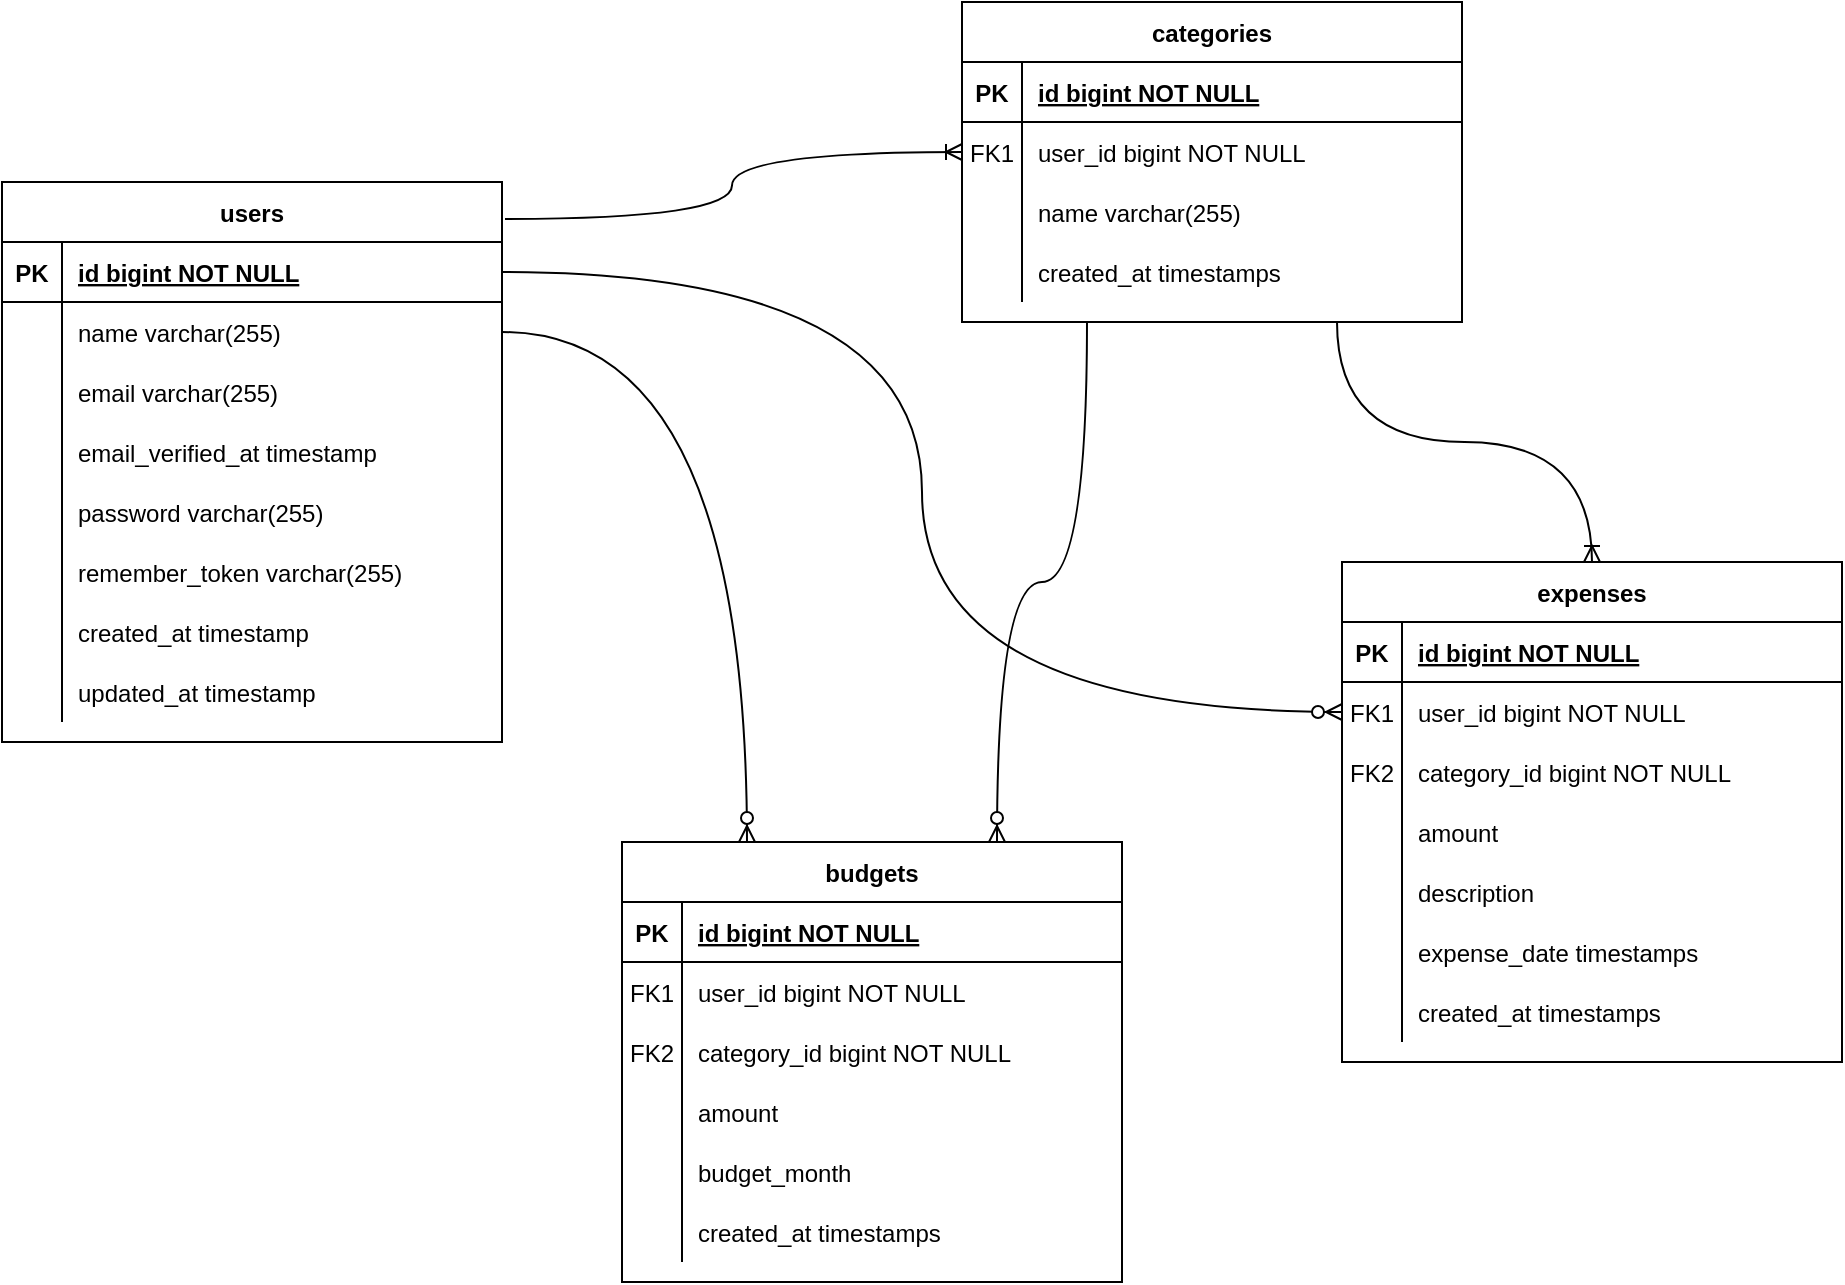
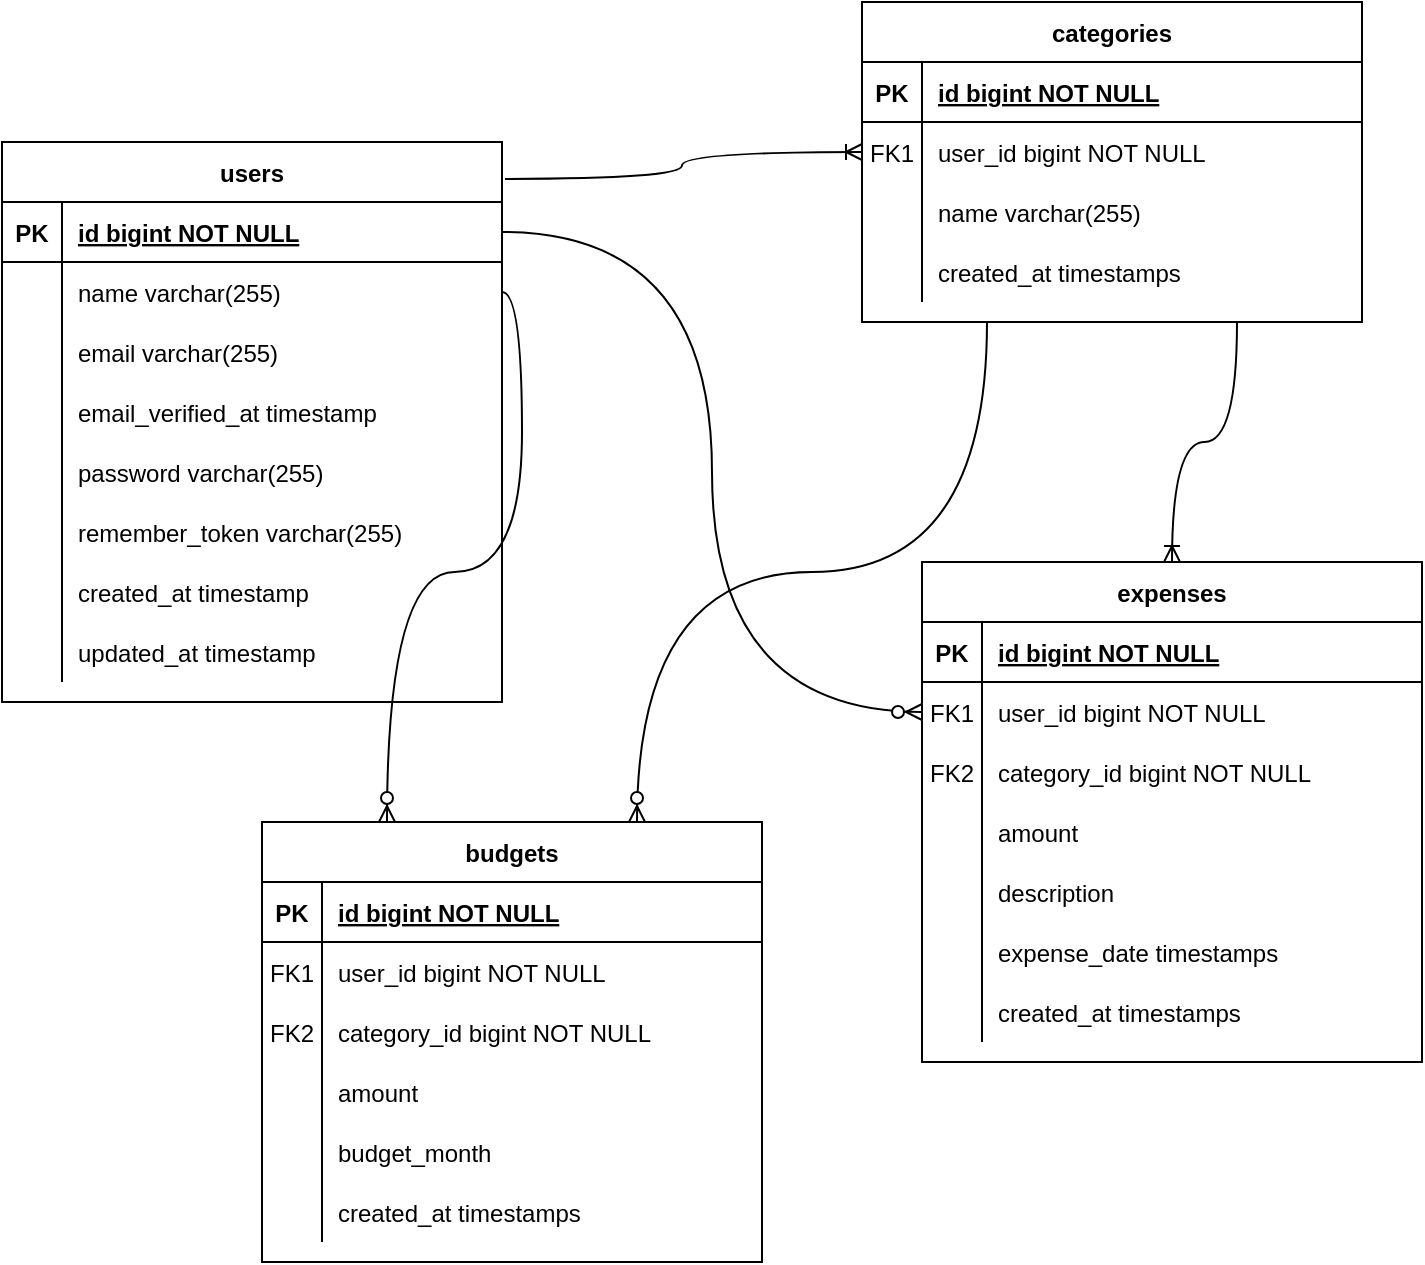
<mxfile host="65bd71144e">
    <diagram id="R2lEEEUBdFMjLlhIrx00" name="Page-1">
-         <mxGraphModel dx="2135" dy="702" grid="1" gridSize="10" guides="1" tooltips="1" connect="1" arrows="1" fold="1" page="1" pageScale="1" pageWidth="850" pageHeight="1100" math="0" shadow="0" extFonts="Permanent Marker^https://fonts.googleapis.com/css?family=Permanent+Marker">
+         <mxGraphModel dx="2670" dy="1886" grid="1" gridSize="10" guides="1" tooltips="1" connect="1" arrows="1" fold="1" page="1" pageScale="1" pageWidth="850" pageHeight="1100" math="0" shadow="0" extFonts="Permanent Marker^https://fonts.googleapis.com/css?family=Permanent+Marker">
            <root>
                <mxCell id="0"/>
                <mxCell id="1" parent="0"/>
                <mxCell id="C-vyLk0tnHw3VtMMgP7b-2" value="categories" style="shape=table;startSize=30;container=1;collapsible=1;childLayout=tableLayout;fixedRows=1;rowLines=0;fontStyle=1;align=center;resizeLast=1;" parent="1" vertex="1">
-                     <mxGeometry x="230" y="30" width="250" height="160" as="geometry"/>
+                     <mxGeometry x="-420" y="120" width="250" height="160" as="geometry"/>
                </mxCell>
                <mxCell id="C-vyLk0tnHw3VtMMgP7b-3" value="" style="shape=partialRectangle;collapsible=0;dropTarget=0;pointerEvents=0;fillColor=none;points=[[0,0.5],[1,0.5]];portConstraint=eastwest;top=0;left=0;right=0;bottom=1;" parent="C-vyLk0tnHw3VtMMgP7b-2" vertex="1">
                    <mxGeometry y="30" width="250" height="30" as="geometry"/>
                </mxCell>
                <mxCell id="C-vyLk0tnHw3VtMMgP7b-4" value="PK" style="shape=partialRectangle;overflow=hidden;connectable=0;fillColor=none;top=0;left=0;bottom=0;right=0;fontStyle=1;" parent="C-vyLk0tnHw3VtMMgP7b-3" vertex="1">
                    <mxGeometry width="30" height="30" as="geometry">
                        <mxRectangle width="30" height="30" as="alternateBounds"/>
                    </mxGeometry>
                </mxCell>
                <mxCell id="C-vyLk0tnHw3VtMMgP7b-5" value="id bigint NOT NULL " style="shape=partialRectangle;overflow=hidden;connectable=0;fillColor=none;top=0;left=0;bottom=0;right=0;align=left;spacingLeft=6;fontStyle=5;" parent="C-vyLk0tnHw3VtMMgP7b-3" vertex="1">
                    <mxGeometry x="30" width="220" height="30" as="geometry">
                        <mxRectangle width="220" height="30" as="alternateBounds"/>
                    </mxGeometry>
                </mxCell>
                <mxCell id="C-vyLk0tnHw3VtMMgP7b-6" value="" style="shape=partialRectangle;collapsible=0;dropTarget=0;pointerEvents=0;fillColor=none;points=[[0,0.5],[1,0.5]];portConstraint=eastwest;top=0;left=0;right=0;bottom=0;" parent="C-vyLk0tnHw3VtMMgP7b-2" vertex="1">
                    <mxGeometry y="60" width="250" height="30" as="geometry"/>
                </mxCell>
                <mxCell id="C-vyLk0tnHw3VtMMgP7b-7" value="FK1" style="shape=partialRectangle;overflow=hidden;connectable=0;fillColor=none;top=0;left=0;bottom=0;right=0;" parent="C-vyLk0tnHw3VtMMgP7b-6" vertex="1">
                    <mxGeometry width="30" height="30" as="geometry">
                        <mxRectangle width="30" height="30" as="alternateBounds"/>
                    </mxGeometry>
                </mxCell>
                <mxCell id="C-vyLk0tnHw3VtMMgP7b-8" value="user_id bigint NOT NULL" style="shape=partialRectangle;overflow=hidden;connectable=0;fillColor=none;top=0;left=0;bottom=0;right=0;align=left;spacingLeft=6;" parent="C-vyLk0tnHw3VtMMgP7b-6" vertex="1">
                    <mxGeometry x="30" width="220" height="30" as="geometry">
                        <mxRectangle width="220" height="30" as="alternateBounds"/>
                    </mxGeometry>
                </mxCell>
                <mxCell id="C-vyLk0tnHw3VtMMgP7b-9" value="" style="shape=partialRectangle;collapsible=0;dropTarget=0;pointerEvents=0;fillColor=none;points=[[0,0.5],[1,0.5]];portConstraint=eastwest;top=0;left=0;right=0;bottom=0;" parent="C-vyLk0tnHw3VtMMgP7b-2" vertex="1">
                    <mxGeometry y="90" width="250" height="30" as="geometry"/>
                </mxCell>
                <mxCell id="C-vyLk0tnHw3VtMMgP7b-10" value="" style="shape=partialRectangle;overflow=hidden;connectable=0;fillColor=none;top=0;left=0;bottom=0;right=0;" parent="C-vyLk0tnHw3VtMMgP7b-9" vertex="1">
                    <mxGeometry width="30" height="30" as="geometry">
                        <mxRectangle width="30" height="30" as="alternateBounds"/>
                    </mxGeometry>
                </mxCell>
                <mxCell id="C-vyLk0tnHw3VtMMgP7b-11" value="name varchar(255)" style="shape=partialRectangle;overflow=hidden;connectable=0;fillColor=none;top=0;left=0;bottom=0;right=0;align=left;spacingLeft=6;" parent="C-vyLk0tnHw3VtMMgP7b-9" vertex="1">
                    <mxGeometry x="30" width="220" height="30" as="geometry">
                        <mxRectangle width="220" height="30" as="alternateBounds"/>
                    </mxGeometry>
                </mxCell>
                <mxCell id="I0T4NkGuqAEDI-UTV8nl-19" value="" style="shape=partialRectangle;collapsible=0;dropTarget=0;pointerEvents=0;fillColor=none;points=[[0,0.5],[1,0.5]];portConstraint=eastwest;top=0;left=0;right=0;bottom=0;" parent="C-vyLk0tnHw3VtMMgP7b-2" vertex="1">
                    <mxGeometry y="120" width="250" height="30" as="geometry"/>
                </mxCell>
                <mxCell id="I0T4NkGuqAEDI-UTV8nl-20" value="" style="shape=partialRectangle;overflow=hidden;connectable=0;fillColor=none;top=0;left=0;bottom=0;right=0;" parent="I0T4NkGuqAEDI-UTV8nl-19" vertex="1">
                    <mxGeometry width="30" height="30" as="geometry">
                        <mxRectangle width="30" height="30" as="alternateBounds"/>
                    </mxGeometry>
                </mxCell>
                <mxCell id="I0T4NkGuqAEDI-UTV8nl-21" value="created_at timestamps" style="shape=partialRectangle;overflow=hidden;connectable=0;fillColor=none;top=0;left=0;bottom=0;right=0;align=left;spacingLeft=6;" parent="I0T4NkGuqAEDI-UTV8nl-19" vertex="1">
                    <mxGeometry x="30" width="220" height="30" as="geometry">
                        <mxRectangle width="220" height="30" as="alternateBounds"/>
                    </mxGeometry>
                </mxCell>
                <mxCell id="C-vyLk0tnHw3VtMMgP7b-13" value="expenses" style="shape=table;startSize=30;container=1;collapsible=1;childLayout=tableLayout;fixedRows=1;rowLines=0;fontStyle=1;align=center;resizeLast=1;" parent="1" vertex="1">
-                     <mxGeometry x="420" y="310" width="250" height="250" as="geometry"/>
+                     <mxGeometry x="-390" y="400" width="250" height="250" as="geometry"/>
                </mxCell>
                <mxCell id="C-vyLk0tnHw3VtMMgP7b-14" value="" style="shape=partialRectangle;collapsible=0;dropTarget=0;pointerEvents=0;fillColor=none;points=[[0,0.5],[1,0.5]];portConstraint=eastwest;top=0;left=0;right=0;bottom=1;" parent="C-vyLk0tnHw3VtMMgP7b-13" vertex="1">
                    <mxGeometry y="30" width="250" height="30" as="geometry"/>
                </mxCell>
                <mxCell id="C-vyLk0tnHw3VtMMgP7b-15" value="PK" style="shape=partialRectangle;overflow=hidden;connectable=0;fillColor=none;top=0;left=0;bottom=0;right=0;fontStyle=1;" parent="C-vyLk0tnHw3VtMMgP7b-14" vertex="1">
                    <mxGeometry width="30" height="30" as="geometry">
                        <mxRectangle width="30" height="30" as="alternateBounds"/>
                    </mxGeometry>
                </mxCell>
                <mxCell id="C-vyLk0tnHw3VtMMgP7b-16" value="id bigint NOT NULL " style="shape=partialRectangle;overflow=hidden;connectable=0;fillColor=none;top=0;left=0;bottom=0;right=0;align=left;spacingLeft=6;fontStyle=5;" parent="C-vyLk0tnHw3VtMMgP7b-14" vertex="1">
                    <mxGeometry x="30" width="220" height="30" as="geometry">
                        <mxRectangle width="220" height="30" as="alternateBounds"/>
                    </mxGeometry>
                </mxCell>
                <mxCell id="C-vyLk0tnHw3VtMMgP7b-17" value="" style="shape=partialRectangle;collapsible=0;dropTarget=0;pointerEvents=0;fillColor=none;points=[[0,0.5],[1,0.5]];portConstraint=eastwest;top=0;left=0;right=0;bottom=0;" parent="C-vyLk0tnHw3VtMMgP7b-13" vertex="1">
                    <mxGeometry y="60" width="250" height="30" as="geometry"/>
                </mxCell>
                <mxCell id="C-vyLk0tnHw3VtMMgP7b-18" value="FK1" style="shape=partialRectangle;overflow=hidden;connectable=0;fillColor=none;top=0;left=0;bottom=0;right=0;" parent="C-vyLk0tnHw3VtMMgP7b-17" vertex="1">
                    <mxGeometry width="30" height="30" as="geometry">
                        <mxRectangle width="30" height="30" as="alternateBounds"/>
                    </mxGeometry>
                </mxCell>
                <mxCell id="C-vyLk0tnHw3VtMMgP7b-19" value="user_id bigint NOT NULL" style="shape=partialRectangle;overflow=hidden;connectable=0;fillColor=none;top=0;left=0;bottom=0;right=0;align=left;spacingLeft=6;" parent="C-vyLk0tnHw3VtMMgP7b-17" vertex="1">
                    <mxGeometry x="30" width="220" height="30" as="geometry">
                        <mxRectangle width="220" height="30" as="alternateBounds"/>
                    </mxGeometry>
                </mxCell>
                <mxCell id="I0T4NkGuqAEDI-UTV8nl-22" value="" style="shape=partialRectangle;collapsible=0;dropTarget=0;pointerEvents=0;fillColor=none;points=[[0,0.5],[1,0.5]];portConstraint=eastwest;top=0;left=0;right=0;bottom=0;" parent="C-vyLk0tnHw3VtMMgP7b-13" vertex="1">
                    <mxGeometry y="90" width="250" height="30" as="geometry"/>
                </mxCell>
                <mxCell id="I0T4NkGuqAEDI-UTV8nl-23" value="FK2" style="shape=partialRectangle;overflow=hidden;connectable=0;fillColor=none;top=0;left=0;bottom=0;right=0;" parent="I0T4NkGuqAEDI-UTV8nl-22" vertex="1">
                    <mxGeometry width="30" height="30" as="geometry">
                        <mxRectangle width="30" height="30" as="alternateBounds"/>
                    </mxGeometry>
                </mxCell>
                <mxCell id="I0T4NkGuqAEDI-UTV8nl-24" value="category_id bigint NOT NULL" style="shape=partialRectangle;overflow=hidden;connectable=0;fillColor=none;top=0;left=0;bottom=0;right=0;align=left;spacingLeft=6;" parent="I0T4NkGuqAEDI-UTV8nl-22" vertex="1">
                    <mxGeometry x="30" width="220" height="30" as="geometry">
                        <mxRectangle width="220" height="30" as="alternateBounds"/>
                    </mxGeometry>
                </mxCell>
                <mxCell id="C-vyLk0tnHw3VtMMgP7b-20" value="" style="shape=partialRectangle;collapsible=0;dropTarget=0;pointerEvents=0;fillColor=none;points=[[0,0.5],[1,0.5]];portConstraint=eastwest;top=0;left=0;right=0;bottom=0;" parent="C-vyLk0tnHw3VtMMgP7b-13" vertex="1">
                    <mxGeometry y="120" width="250" height="30" as="geometry"/>
                </mxCell>
                <mxCell id="C-vyLk0tnHw3VtMMgP7b-21" value="" style="shape=partialRectangle;overflow=hidden;connectable=0;fillColor=none;top=0;left=0;bottom=0;right=0;" parent="C-vyLk0tnHw3VtMMgP7b-20" vertex="1">
                    <mxGeometry width="30" height="30" as="geometry">
                        <mxRectangle width="30" height="30" as="alternateBounds"/>
                    </mxGeometry>
                </mxCell>
                <mxCell id="C-vyLk0tnHw3VtMMgP7b-22" value="amount" style="shape=partialRectangle;overflow=hidden;connectable=0;fillColor=none;top=0;left=0;bottom=0;right=0;align=left;spacingLeft=6;" parent="C-vyLk0tnHw3VtMMgP7b-20" vertex="1">
                    <mxGeometry x="30" width="220" height="30" as="geometry">
                        <mxRectangle width="220" height="30" as="alternateBounds"/>
                    </mxGeometry>
                </mxCell>
                <mxCell id="I0T4NkGuqAEDI-UTV8nl-25" value="" style="shape=partialRectangle;collapsible=0;dropTarget=0;pointerEvents=0;fillColor=none;points=[[0,0.5],[1,0.5]];portConstraint=eastwest;top=0;left=0;right=0;bottom=0;" parent="C-vyLk0tnHw3VtMMgP7b-13" vertex="1">
                    <mxGeometry y="150" width="250" height="30" as="geometry"/>
                </mxCell>
                <mxCell id="I0T4NkGuqAEDI-UTV8nl-26" value="" style="shape=partialRectangle;overflow=hidden;connectable=0;fillColor=none;top=0;left=0;bottom=0;right=0;" parent="I0T4NkGuqAEDI-UTV8nl-25" vertex="1">
                    <mxGeometry width="30" height="30" as="geometry">
                        <mxRectangle width="30" height="30" as="alternateBounds"/>
                    </mxGeometry>
                </mxCell>
                <mxCell id="I0T4NkGuqAEDI-UTV8nl-27" value="description" style="shape=partialRectangle;overflow=hidden;connectable=0;fillColor=none;top=0;left=0;bottom=0;right=0;align=left;spacingLeft=6;" parent="I0T4NkGuqAEDI-UTV8nl-25" vertex="1">
                    <mxGeometry x="30" width="220" height="30" as="geometry">
                        <mxRectangle width="220" height="30" as="alternateBounds"/>
                    </mxGeometry>
                </mxCell>
                <mxCell id="I0T4NkGuqAEDI-UTV8nl-28" value="" style="shape=partialRectangle;collapsible=0;dropTarget=0;pointerEvents=0;fillColor=none;points=[[0,0.5],[1,0.5]];portConstraint=eastwest;top=0;left=0;right=0;bottom=0;" parent="C-vyLk0tnHw3VtMMgP7b-13" vertex="1">
                    <mxGeometry y="180" width="250" height="30" as="geometry"/>
                </mxCell>
                <mxCell id="I0T4NkGuqAEDI-UTV8nl-29" value="" style="shape=partialRectangle;overflow=hidden;connectable=0;fillColor=none;top=0;left=0;bottom=0;right=0;" parent="I0T4NkGuqAEDI-UTV8nl-28" vertex="1">
                    <mxGeometry width="30" height="30" as="geometry">
                        <mxRectangle width="30" height="30" as="alternateBounds"/>
                    </mxGeometry>
                </mxCell>
                <mxCell id="I0T4NkGuqAEDI-UTV8nl-30" value="expense_date timestamps" style="shape=partialRectangle;overflow=hidden;connectable=0;fillColor=none;top=0;left=0;bottom=0;right=0;align=left;spacingLeft=6;" parent="I0T4NkGuqAEDI-UTV8nl-28" vertex="1">
                    <mxGeometry x="30" width="220" height="30" as="geometry">
                        <mxRectangle width="220" height="30" as="alternateBounds"/>
                    </mxGeometry>
                </mxCell>
                <mxCell id="I0T4NkGuqAEDI-UTV8nl-51" value="" style="shape=partialRectangle;collapsible=0;dropTarget=0;pointerEvents=0;fillColor=none;points=[[0,0.5],[1,0.5]];portConstraint=eastwest;top=0;left=0;right=0;bottom=0;" parent="C-vyLk0tnHw3VtMMgP7b-13" vertex="1">
                    <mxGeometry y="210" width="250" height="30" as="geometry"/>
                </mxCell>
                <mxCell id="I0T4NkGuqAEDI-UTV8nl-52" value="" style="shape=partialRectangle;overflow=hidden;connectable=0;fillColor=none;top=0;left=0;bottom=0;right=0;" parent="I0T4NkGuqAEDI-UTV8nl-51" vertex="1">
                    <mxGeometry width="30" height="30" as="geometry">
                        <mxRectangle width="30" height="30" as="alternateBounds"/>
                    </mxGeometry>
                </mxCell>
                <mxCell id="I0T4NkGuqAEDI-UTV8nl-53" value="created_at timestamps" style="shape=partialRectangle;overflow=hidden;connectable=0;fillColor=none;top=0;left=0;bottom=0;right=0;align=left;spacingLeft=6;" parent="I0T4NkGuqAEDI-UTV8nl-51" vertex="1">
                    <mxGeometry x="30" width="220" height="30" as="geometry">
                        <mxRectangle width="220" height="30" as="alternateBounds"/>
                    </mxGeometry>
                </mxCell>
                <mxCell id="C-vyLk0tnHw3VtMMgP7b-23" value="users" style="shape=table;startSize=30;container=1;collapsible=1;childLayout=tableLayout;fixedRows=1;rowLines=0;fontStyle=1;align=center;resizeLast=1;" parent="1" vertex="1">
-                     <mxGeometry x="-250" y="120" width="250" height="280" as="geometry"/>
+                     <mxGeometry x="-850" y="190" width="250" height="280" as="geometry"/>
                </mxCell>
                <mxCell id="C-vyLk0tnHw3VtMMgP7b-24" value="" style="shape=partialRectangle;collapsible=0;dropTarget=0;pointerEvents=0;fillColor=none;points=[[0,0.5],[1,0.5]];portConstraint=eastwest;top=0;left=0;right=0;bottom=1;" parent="C-vyLk0tnHw3VtMMgP7b-23" vertex="1">
                    <mxGeometry y="30" width="250" height="30" as="geometry"/>
                </mxCell>
                <mxCell id="C-vyLk0tnHw3VtMMgP7b-25" value="PK" style="shape=partialRectangle;overflow=hidden;connectable=0;fillColor=none;top=0;left=0;bottom=0;right=0;fontStyle=1;" parent="C-vyLk0tnHw3VtMMgP7b-24" vertex="1">
                    <mxGeometry width="30" height="30" as="geometry">
                        <mxRectangle width="30" height="30" as="alternateBounds"/>
                    </mxGeometry>
                </mxCell>
                <mxCell id="C-vyLk0tnHw3VtMMgP7b-26" value="id bigint NOT NULL " style="shape=partialRectangle;overflow=hidden;connectable=0;fillColor=none;top=0;left=0;bottom=0;right=0;align=left;spacingLeft=6;fontStyle=5;" parent="C-vyLk0tnHw3VtMMgP7b-24" vertex="1">
                    <mxGeometry x="30" width="220" height="30" as="geometry">
                        <mxRectangle width="220" height="30" as="alternateBounds"/>
                    </mxGeometry>
                </mxCell>
                <mxCell id="C-vyLk0tnHw3VtMMgP7b-27" value="" style="shape=partialRectangle;collapsible=0;dropTarget=0;pointerEvents=0;fillColor=none;points=[[0,0.5],[1,0.5]];portConstraint=eastwest;top=0;left=0;right=0;bottom=0;" parent="C-vyLk0tnHw3VtMMgP7b-23" vertex="1">
                    <mxGeometry y="60" width="250" height="30" as="geometry"/>
                </mxCell>
                <mxCell id="C-vyLk0tnHw3VtMMgP7b-28" value="" style="shape=partialRectangle;overflow=hidden;connectable=0;fillColor=none;top=0;left=0;bottom=0;right=0;" parent="C-vyLk0tnHw3VtMMgP7b-27" vertex="1">
                    <mxGeometry width="30" height="30" as="geometry">
                        <mxRectangle width="30" height="30" as="alternateBounds"/>
                    </mxGeometry>
                </mxCell>
                <mxCell id="C-vyLk0tnHw3VtMMgP7b-29" value="name varchar(255)" style="shape=partialRectangle;overflow=hidden;connectable=0;fillColor=none;top=0;left=0;bottom=0;right=0;align=left;spacingLeft=6;" parent="C-vyLk0tnHw3VtMMgP7b-27" vertex="1">
                    <mxGeometry x="30" width="220" height="30" as="geometry">
                        <mxRectangle width="220" height="30" as="alternateBounds"/>
                    </mxGeometry>
                </mxCell>
                <mxCell id="I0T4NkGuqAEDI-UTV8nl-1" value="" style="shape=partialRectangle;collapsible=0;dropTarget=0;pointerEvents=0;fillColor=none;points=[[0,0.5],[1,0.5]];portConstraint=eastwest;top=0;left=0;right=0;bottom=0;" parent="C-vyLk0tnHw3VtMMgP7b-23" vertex="1">
                    <mxGeometry y="90" width="250" height="30" as="geometry"/>
                </mxCell>
                <mxCell id="I0T4NkGuqAEDI-UTV8nl-2" value="" style="shape=partialRectangle;overflow=hidden;connectable=0;fillColor=none;top=0;left=0;bottom=0;right=0;" parent="I0T4NkGuqAEDI-UTV8nl-1" vertex="1">
                    <mxGeometry width="30" height="30" as="geometry">
                        <mxRectangle width="30" height="30" as="alternateBounds"/>
                    </mxGeometry>
                </mxCell>
                <mxCell id="I0T4NkGuqAEDI-UTV8nl-3" value="email varchar(255) " style="shape=partialRectangle;overflow=hidden;connectable=0;fillColor=none;top=0;left=0;bottom=0;right=0;align=left;spacingLeft=6;" parent="I0T4NkGuqAEDI-UTV8nl-1" vertex="1">
                    <mxGeometry x="30" width="220" height="30" as="geometry">
                        <mxRectangle width="220" height="30" as="alternateBounds"/>
                    </mxGeometry>
                </mxCell>
                <mxCell id="I0T4NkGuqAEDI-UTV8nl-4" value="" style="shape=partialRectangle;collapsible=0;dropTarget=0;pointerEvents=0;fillColor=none;points=[[0,0.5],[1,0.5]];portConstraint=eastwest;top=0;left=0;right=0;bottom=0;" parent="C-vyLk0tnHw3VtMMgP7b-23" vertex="1">
                    <mxGeometry y="120" width="250" height="30" as="geometry"/>
                </mxCell>
                <mxCell id="I0T4NkGuqAEDI-UTV8nl-5" value="" style="shape=partialRectangle;overflow=hidden;connectable=0;fillColor=none;top=0;left=0;bottom=0;right=0;" parent="I0T4NkGuqAEDI-UTV8nl-4" vertex="1">
                    <mxGeometry width="30" height="30" as="geometry">
                        <mxRectangle width="30" height="30" as="alternateBounds"/>
                    </mxGeometry>
                </mxCell>
                <mxCell id="I0T4NkGuqAEDI-UTV8nl-6" value="email_verified_at timestamp" style="shape=partialRectangle;overflow=hidden;connectable=0;fillColor=none;top=0;left=0;bottom=0;right=0;align=left;spacingLeft=6;" parent="I0T4NkGuqAEDI-UTV8nl-4" vertex="1">
                    <mxGeometry x="30" width="220" height="30" as="geometry">
                        <mxRectangle width="220" height="30" as="alternateBounds"/>
                    </mxGeometry>
                </mxCell>
                <mxCell id="I0T4NkGuqAEDI-UTV8nl-7" value="" style="shape=partialRectangle;collapsible=0;dropTarget=0;pointerEvents=0;fillColor=none;points=[[0,0.5],[1,0.5]];portConstraint=eastwest;top=0;left=0;right=0;bottom=0;" parent="C-vyLk0tnHw3VtMMgP7b-23" vertex="1">
                    <mxGeometry y="150" width="250" height="30" as="geometry"/>
                </mxCell>
                <mxCell id="I0T4NkGuqAEDI-UTV8nl-8" value="" style="shape=partialRectangle;overflow=hidden;connectable=0;fillColor=none;top=0;left=0;bottom=0;right=0;" parent="I0T4NkGuqAEDI-UTV8nl-7" vertex="1">
                    <mxGeometry width="30" height="30" as="geometry">
                        <mxRectangle width="30" height="30" as="alternateBounds"/>
                    </mxGeometry>
                </mxCell>
                <mxCell id="I0T4NkGuqAEDI-UTV8nl-9" value="password varchar(255)" style="shape=partialRectangle;overflow=hidden;connectable=0;fillColor=none;top=0;left=0;bottom=0;right=0;align=left;spacingLeft=6;" parent="I0T4NkGuqAEDI-UTV8nl-7" vertex="1">
                    <mxGeometry x="30" width="220" height="30" as="geometry">
                        <mxRectangle width="220" height="30" as="alternateBounds"/>
                    </mxGeometry>
                </mxCell>
                <mxCell id="I0T4NkGuqAEDI-UTV8nl-10" value="" style="shape=partialRectangle;collapsible=0;dropTarget=0;pointerEvents=0;fillColor=none;points=[[0,0.5],[1,0.5]];portConstraint=eastwest;top=0;left=0;right=0;bottom=0;" parent="C-vyLk0tnHw3VtMMgP7b-23" vertex="1">
                    <mxGeometry y="180" width="250" height="30" as="geometry"/>
                </mxCell>
                <mxCell id="I0T4NkGuqAEDI-UTV8nl-11" value="" style="shape=partialRectangle;overflow=hidden;connectable=0;fillColor=none;top=0;left=0;bottom=0;right=0;" parent="I0T4NkGuqAEDI-UTV8nl-10" vertex="1">
                    <mxGeometry width="30" height="30" as="geometry">
                        <mxRectangle width="30" height="30" as="alternateBounds"/>
                    </mxGeometry>
                </mxCell>
                <mxCell id="I0T4NkGuqAEDI-UTV8nl-12" value="remember_token varchar(255)" style="shape=partialRectangle;overflow=hidden;connectable=0;fillColor=none;top=0;left=0;bottom=0;right=0;align=left;spacingLeft=6;" parent="I0T4NkGuqAEDI-UTV8nl-10" vertex="1">
                    <mxGeometry x="30" width="220" height="30" as="geometry">
                        <mxRectangle width="220" height="30" as="alternateBounds"/>
                    </mxGeometry>
                </mxCell>
                <mxCell id="I0T4NkGuqAEDI-UTV8nl-13" value="" style="shape=partialRectangle;collapsible=0;dropTarget=0;pointerEvents=0;fillColor=none;points=[[0,0.5],[1,0.5]];portConstraint=eastwest;top=0;left=0;right=0;bottom=0;" parent="C-vyLk0tnHw3VtMMgP7b-23" vertex="1">
                    <mxGeometry y="210" width="250" height="30" as="geometry"/>
                </mxCell>
                <mxCell id="I0T4NkGuqAEDI-UTV8nl-14" value="" style="shape=partialRectangle;overflow=hidden;connectable=0;fillColor=none;top=0;left=0;bottom=0;right=0;" parent="I0T4NkGuqAEDI-UTV8nl-13" vertex="1">
                    <mxGeometry width="30" height="30" as="geometry">
                        <mxRectangle width="30" height="30" as="alternateBounds"/>
                    </mxGeometry>
                </mxCell>
                <mxCell id="I0T4NkGuqAEDI-UTV8nl-15" value="created_at timestamp" style="shape=partialRectangle;overflow=hidden;connectable=0;fillColor=none;top=0;left=0;bottom=0;right=0;align=left;spacingLeft=6;" parent="I0T4NkGuqAEDI-UTV8nl-13" vertex="1">
                    <mxGeometry x="30" width="220" height="30" as="geometry">
                        <mxRectangle width="220" height="30" as="alternateBounds"/>
                    </mxGeometry>
                </mxCell>
                <mxCell id="I0T4NkGuqAEDI-UTV8nl-16" value="" style="shape=partialRectangle;collapsible=0;dropTarget=0;pointerEvents=0;fillColor=none;points=[[0,0.5],[1,0.5]];portConstraint=eastwest;top=0;left=0;right=0;bottom=0;" parent="C-vyLk0tnHw3VtMMgP7b-23" vertex="1">
                    <mxGeometry y="240" width="250" height="30" as="geometry"/>
                </mxCell>
                <mxCell id="I0T4NkGuqAEDI-UTV8nl-17" value="" style="shape=partialRectangle;overflow=hidden;connectable=0;fillColor=none;top=0;left=0;bottom=0;right=0;" parent="I0T4NkGuqAEDI-UTV8nl-16" vertex="1">
                    <mxGeometry width="30" height="30" as="geometry">
                        <mxRectangle width="30" height="30" as="alternateBounds"/>
                    </mxGeometry>
                </mxCell>
                <mxCell id="I0T4NkGuqAEDI-UTV8nl-18" value="updated_at timestamp" style="shape=partialRectangle;overflow=hidden;connectable=0;fillColor=none;top=0;left=0;bottom=0;right=0;align=left;spacingLeft=6;" parent="I0T4NkGuqAEDI-UTV8nl-16" vertex="1">
                    <mxGeometry x="30" width="220" height="30" as="geometry">
                        <mxRectangle width="220" height="30" as="alternateBounds"/>
                    </mxGeometry>
                </mxCell>
                <mxCell id="I0T4NkGuqAEDI-UTV8nl-31" value="budgets" style="shape=table;startSize=30;container=1;collapsible=1;childLayout=tableLayout;fixedRows=1;rowLines=0;fontStyle=1;align=center;resizeLast=1;" parent="1" vertex="1">
-                     <mxGeometry x="60" y="450" width="250" height="220" as="geometry"/>
+                     <mxGeometry x="-720" y="530" width="250" height="220" as="geometry"/>
                </mxCell>
                <mxCell id="I0T4NkGuqAEDI-UTV8nl-32" value="" style="shape=partialRectangle;collapsible=0;dropTarget=0;pointerEvents=0;fillColor=none;points=[[0,0.5],[1,0.5]];portConstraint=eastwest;top=0;left=0;right=0;bottom=1;" parent="I0T4NkGuqAEDI-UTV8nl-31" vertex="1">
                    <mxGeometry y="30" width="250" height="30" as="geometry"/>
                </mxCell>
                <mxCell id="I0T4NkGuqAEDI-UTV8nl-33" value="PK" style="shape=partialRectangle;overflow=hidden;connectable=0;fillColor=none;top=0;left=0;bottom=0;right=0;fontStyle=1;" parent="I0T4NkGuqAEDI-UTV8nl-32" vertex="1">
                    <mxGeometry width="30" height="30" as="geometry">
                        <mxRectangle width="30" height="30" as="alternateBounds"/>
                    </mxGeometry>
                </mxCell>
                <mxCell id="I0T4NkGuqAEDI-UTV8nl-34" value="id bigint NOT NULL " style="shape=partialRectangle;overflow=hidden;connectable=0;fillColor=none;top=0;left=0;bottom=0;right=0;align=left;spacingLeft=6;fontStyle=5;" parent="I0T4NkGuqAEDI-UTV8nl-32" vertex="1">
                    <mxGeometry x="30" width="220" height="30" as="geometry">
                        <mxRectangle width="220" height="30" as="alternateBounds"/>
                    </mxGeometry>
                </mxCell>
                <mxCell id="I0T4NkGuqAEDI-UTV8nl-35" value="" style="shape=partialRectangle;collapsible=0;dropTarget=0;pointerEvents=0;fillColor=none;points=[[0,0.5],[1,0.5]];portConstraint=eastwest;top=0;left=0;right=0;bottom=0;" parent="I0T4NkGuqAEDI-UTV8nl-31" vertex="1">
                    <mxGeometry y="60" width="250" height="30" as="geometry"/>
                </mxCell>
                <mxCell id="I0T4NkGuqAEDI-UTV8nl-36" value="FK1" style="shape=partialRectangle;overflow=hidden;connectable=0;fillColor=none;top=0;left=0;bottom=0;right=0;" parent="I0T4NkGuqAEDI-UTV8nl-35" vertex="1">
                    <mxGeometry width="30" height="30" as="geometry">
                        <mxRectangle width="30" height="30" as="alternateBounds"/>
                    </mxGeometry>
                </mxCell>
                <mxCell id="I0T4NkGuqAEDI-UTV8nl-37" value="user_id bigint NOT NULL" style="shape=partialRectangle;overflow=hidden;connectable=0;fillColor=none;top=0;left=0;bottom=0;right=0;align=left;spacingLeft=6;" parent="I0T4NkGuqAEDI-UTV8nl-35" vertex="1">
                    <mxGeometry x="30" width="220" height="30" as="geometry">
                        <mxRectangle width="220" height="30" as="alternateBounds"/>
                    </mxGeometry>
                </mxCell>
                <mxCell id="I0T4NkGuqAEDI-UTV8nl-38" value="" style="shape=partialRectangle;collapsible=0;dropTarget=0;pointerEvents=0;fillColor=none;points=[[0,0.5],[1,0.5]];portConstraint=eastwest;top=0;left=0;right=0;bottom=0;" parent="I0T4NkGuqAEDI-UTV8nl-31" vertex="1">
                    <mxGeometry y="90" width="250" height="30" as="geometry"/>
                </mxCell>
                <mxCell id="I0T4NkGuqAEDI-UTV8nl-39" value="FK2" style="shape=partialRectangle;overflow=hidden;connectable=0;fillColor=none;top=0;left=0;bottom=0;right=0;" parent="I0T4NkGuqAEDI-UTV8nl-38" vertex="1">
                    <mxGeometry width="30" height="30" as="geometry">
                        <mxRectangle width="30" height="30" as="alternateBounds"/>
                    </mxGeometry>
                </mxCell>
                <mxCell id="I0T4NkGuqAEDI-UTV8nl-40" value="category_id bigint NOT NULL" style="shape=partialRectangle;overflow=hidden;connectable=0;fillColor=none;top=0;left=0;bottom=0;right=0;align=left;spacingLeft=6;" parent="I0T4NkGuqAEDI-UTV8nl-38" vertex="1">
                    <mxGeometry x="30" width="220" height="30" as="geometry">
                        <mxRectangle width="220" height="30" as="alternateBounds"/>
                    </mxGeometry>
                </mxCell>
                <mxCell id="I0T4NkGuqAEDI-UTV8nl-41" value="" style="shape=partialRectangle;collapsible=0;dropTarget=0;pointerEvents=0;fillColor=none;points=[[0,0.5],[1,0.5]];portConstraint=eastwest;top=0;left=0;right=0;bottom=0;" parent="I0T4NkGuqAEDI-UTV8nl-31" vertex="1">
                    <mxGeometry y="120" width="250" height="30" as="geometry"/>
                </mxCell>
                <mxCell id="I0T4NkGuqAEDI-UTV8nl-42" value="" style="shape=partialRectangle;overflow=hidden;connectable=0;fillColor=none;top=0;left=0;bottom=0;right=0;" parent="I0T4NkGuqAEDI-UTV8nl-41" vertex="1">
                    <mxGeometry width="30" height="30" as="geometry">
                        <mxRectangle width="30" height="30" as="alternateBounds"/>
                    </mxGeometry>
                </mxCell>
                <mxCell id="I0T4NkGuqAEDI-UTV8nl-43" value="amount" style="shape=partialRectangle;overflow=hidden;connectable=0;fillColor=none;top=0;left=0;bottom=0;right=0;align=left;spacingLeft=6;" parent="I0T4NkGuqAEDI-UTV8nl-41" vertex="1">
                    <mxGeometry x="30" width="220" height="30" as="geometry">
                        <mxRectangle width="220" height="30" as="alternateBounds"/>
                    </mxGeometry>
                </mxCell>
                <mxCell id="I0T4NkGuqAEDI-UTV8nl-44" value="" style="shape=partialRectangle;collapsible=0;dropTarget=0;pointerEvents=0;fillColor=none;points=[[0,0.5],[1,0.5]];portConstraint=eastwest;top=0;left=0;right=0;bottom=0;" parent="I0T4NkGuqAEDI-UTV8nl-31" vertex="1">
                    <mxGeometry y="150" width="250" height="30" as="geometry"/>
                </mxCell>
                <mxCell id="I0T4NkGuqAEDI-UTV8nl-45" value="" style="shape=partialRectangle;overflow=hidden;connectable=0;fillColor=none;top=0;left=0;bottom=0;right=0;" parent="I0T4NkGuqAEDI-UTV8nl-44" vertex="1">
                    <mxGeometry width="30" height="30" as="geometry">
                        <mxRectangle width="30" height="30" as="alternateBounds"/>
                    </mxGeometry>
                </mxCell>
                <mxCell id="I0T4NkGuqAEDI-UTV8nl-46" value="budget_month" style="shape=partialRectangle;overflow=hidden;connectable=0;fillColor=none;top=0;left=0;bottom=0;right=0;align=left;spacingLeft=6;" parent="I0T4NkGuqAEDI-UTV8nl-44" vertex="1">
                    <mxGeometry x="30" width="220" height="30" as="geometry">
                        <mxRectangle width="220" height="30" as="alternateBounds"/>
                    </mxGeometry>
                </mxCell>
                <mxCell id="I0T4NkGuqAEDI-UTV8nl-47" value="" style="shape=partialRectangle;collapsible=0;dropTarget=0;pointerEvents=0;fillColor=none;points=[[0,0.5],[1,0.5]];portConstraint=eastwest;top=0;left=0;right=0;bottom=0;" parent="I0T4NkGuqAEDI-UTV8nl-31" vertex="1">
                    <mxGeometry y="180" width="250" height="30" as="geometry"/>
                </mxCell>
                <mxCell id="I0T4NkGuqAEDI-UTV8nl-48" value="" style="shape=partialRectangle;overflow=hidden;connectable=0;fillColor=none;top=0;left=0;bottom=0;right=0;" parent="I0T4NkGuqAEDI-UTV8nl-47" vertex="1">
                    <mxGeometry width="30" height="30" as="geometry">
                        <mxRectangle width="30" height="30" as="alternateBounds"/>
                    </mxGeometry>
                </mxCell>
                <mxCell id="I0T4NkGuqAEDI-UTV8nl-49" value="created_at timestamps" style="shape=partialRectangle;overflow=hidden;connectable=0;fillColor=none;top=0;left=0;bottom=0;right=0;align=left;spacingLeft=6;" parent="I0T4NkGuqAEDI-UTV8nl-47" vertex="1">
                    <mxGeometry x="30" width="220" height="30" as="geometry">
                        <mxRectangle width="220" height="30" as="alternateBounds"/>
                    </mxGeometry>
                </mxCell>
                <mxCell id="I0T4NkGuqAEDI-UTV8nl-54" value="" style="edgeStyle=orthogonalEdgeStyle;fontSize=12;html=1;endArrow=ERoneToMany;rounded=0;entryX=0;entryY=0.5;entryDx=0;entryDy=0;exitX=1.006;exitY=0.066;exitDx=0;exitDy=0;exitPerimeter=0;curved=1;" parent="1" source="C-vyLk0tnHw3VtMMgP7b-23" target="C-vyLk0tnHw3VtMMgP7b-6" edge="1">
                    <mxGeometry width="100" height="100" relative="1" as="geometry">
-                         <mxPoint x="280" y="350" as="sourcePoint"/>
-                         <mxPoint x="380" y="250" as="targetPoint"/>
+                         <mxPoint x="-430" y="440" as="sourcePoint"/>
+                         <mxPoint x="-330" y="340" as="targetPoint"/>
                    </mxGeometry>
                </mxCell>
                <mxCell id="I0T4NkGuqAEDI-UTV8nl-57" value="" style="edgeStyle=orthogonalEdgeStyle;fontSize=12;html=1;endArrow=ERzeroToMany;endFill=1;rounded=0;entryX=0;entryY=0.5;entryDx=0;entryDy=0;exitX=1;exitY=0.5;exitDx=0;exitDy=0;curved=1;" parent="1" source="C-vyLk0tnHw3VtMMgP7b-24" target="C-vyLk0tnHw3VtMMgP7b-17" edge="1">
                    <mxGeometry width="100" height="100" relative="1" as="geometry">
-                         <mxPoint x="230" y="490" as="sourcePoint"/>
-                         <mxPoint x="330" y="390" as="targetPoint"/>
+                         <mxPoint x="-480" y="580" as="sourcePoint"/>
+                         <mxPoint x="-380" y="480" as="targetPoint"/>
                    </mxGeometry>
                </mxCell>
                <mxCell id="I0T4NkGuqAEDI-UTV8nl-58" value="" style="edgeStyle=orthogonalEdgeStyle;fontSize=12;html=1;endArrow=ERzeroToMany;endFill=1;rounded=0;entryX=0.25;entryY=0;entryDx=0;entryDy=0;exitX=1;exitY=0.5;exitDx=0;exitDy=0;curved=1;" parent="1" source="C-vyLk0tnHw3VtMMgP7b-27" target="I0T4NkGuqAEDI-UTV8nl-31" edge="1">
                    <mxGeometry width="100" height="100" relative="1" as="geometry">
-                         <mxPoint x="130" y="105" as="sourcePoint"/>
-                         <mxPoint x="430" y="395" as="targetPoint"/>
+                         <mxPoint x="-580" y="195" as="sourcePoint"/>
+                         <mxPoint x="-280" y="485" as="targetPoint"/>
                    </mxGeometry>
                </mxCell>
                <mxCell id="I0T4NkGuqAEDI-UTV8nl-59" value="" style="edgeStyle=orthogonalEdgeStyle;fontSize=12;html=1;endArrow=ERoneToMany;rounded=0;entryX=0.5;entryY=0;entryDx=0;entryDy=0;exitX=0.75;exitY=1;exitDx=0;exitDy=0;curved=1;" parent="1" source="C-vyLk0tnHw3VtMMgP7b-2" target="C-vyLk0tnHw3VtMMgP7b-13" edge="1">
                    <mxGeometry width="100" height="100" relative="1" as="geometry">
-                         <mxPoint x="210" y="390" as="sourcePoint"/>
-                         <mxPoint x="310" y="290" as="targetPoint"/>
+                         <mxPoint x="-500" y="480" as="sourcePoint"/>
+                         <mxPoint x="-400" y="380" as="targetPoint"/>
                    </mxGeometry>
                </mxCell>
                <mxCell id="I0T4NkGuqAEDI-UTV8nl-60" value="" style="edgeStyle=orthogonalEdgeStyle;fontSize=12;html=1;endArrow=ERzeroToMany;endFill=1;rounded=0;entryX=0.75;entryY=0;entryDx=0;entryDy=0;exitX=0.25;exitY=1;exitDx=0;exitDy=0;curved=1;" parent="1" source="C-vyLk0tnHw3VtMMgP7b-2" target="I0T4NkGuqAEDI-UTV8nl-31" edge="1">
                    <mxGeometry width="100" height="100" relative="1" as="geometry">
-                         <mxPoint x="130" y="105" as="sourcePoint"/>
-                         <mxPoint x="430" y="395" as="targetPoint"/>
+                         <mxPoint x="-580" y="195" as="sourcePoint"/>
+                         <mxPoint x="-280" y="485" as="targetPoint"/>
                    </mxGeometry>
                </mxCell>
            </root>
        </mxGraphModel>
    </diagram>
</mxfile>